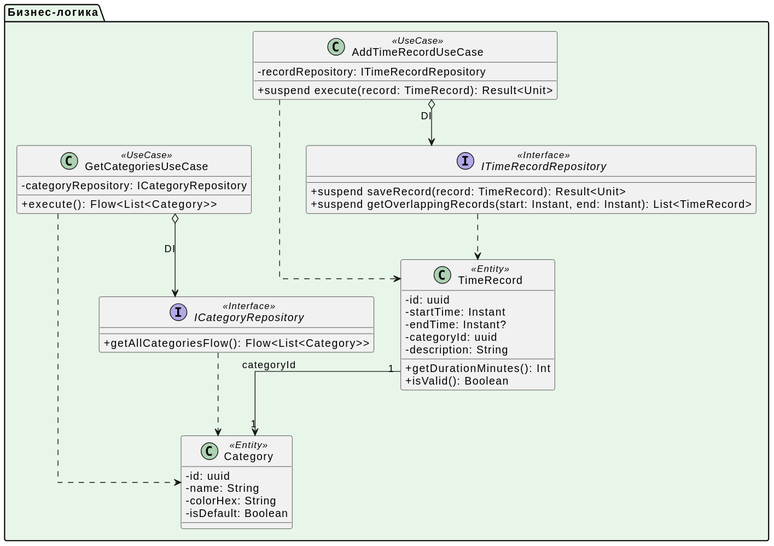
The PlantUML diagram docs/L4_1.svg in da-fuu/IU7_7sem_Web, before a commit. Its diagram source:
```plantuml
@startuml
skinparam classAttributeIconSize 0
skinparam linetype ortho

package "Бизнес-логика" #E8F5E9 {

    class TimeRecord <<Entity>> {
        - id: uuid
        - startTime: Instant
        - endTime: Instant?
        - categoryId: uuid
        - description: String
        + getDurationMinutes(): Int
        + isValid(): Boolean
    }

    class Category <<Entity>> {
        - id: uuid
        - name: String
        - colorHex: String
        - isDefault: Boolean
    }

    interface ITimeRecordRepository <<Interface>> {
        + suspend saveRecord(record: TimeRecord): Result<Unit>
        + suspend getOverlappingRecords(start: Instant, end: Instant): List<TimeRecord>
    }

    interface ICategoryRepository <<Interface>> {
        + getAllCategoriesFlow(): Flow<List<Category>>
    }

    class AddTimeRecordUseCase <<UseCase>> {
        - recordRepository: ITimeRecordRepository
        + suspend execute(record: TimeRecord): Result<Unit>
    }

    class GetCategoriesUseCase <<UseCase>> {
        - categoryRepository: ICategoryRepository
        + execute(): Flow<List<Category>>
    }

    TimeRecord "1" --> "1" Category : "categoryId"
    AddTimeRecordUseCase o--> ITimeRecordRepository : "DI"
    GetCategoriesUseCase o--> ICategoryRepository : "DI"

    AddTimeRecordUseCase ..> TimeRecord
    GetCategoriesUseCase ..> Category
    ITimeRecordRepository ..> TimeRecord
    ICategoryRepository ..> Category
}
@enduml
```
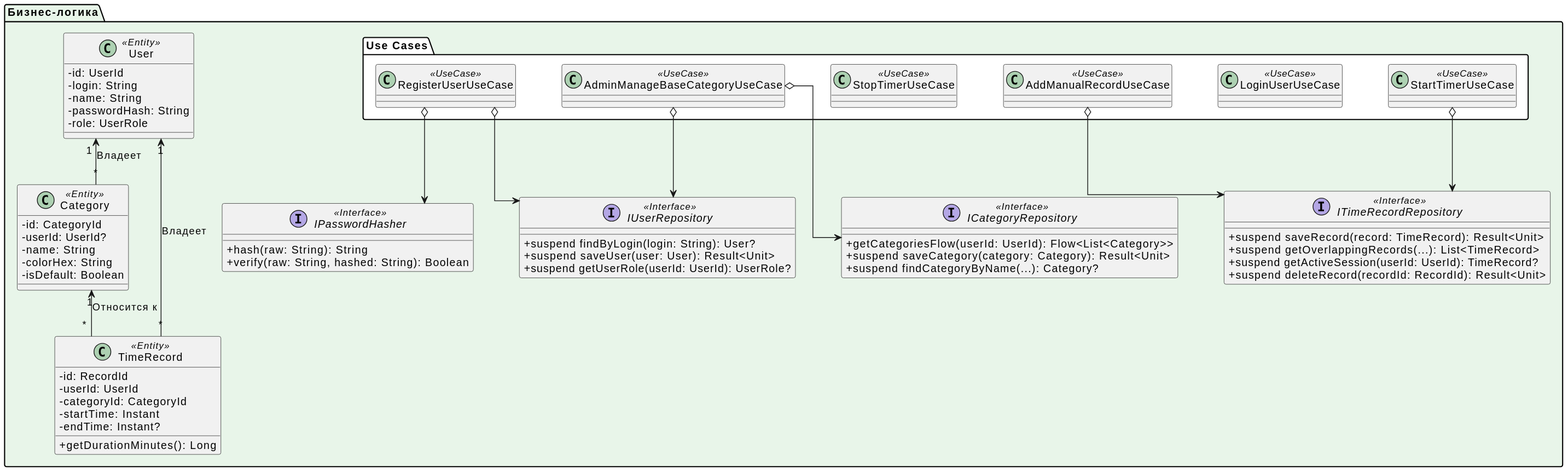
Above is the later version.

The edit, as a diff of the source:
```diff
@@ -1,52 +1,80 @@
 @startuml
 skinparam classAttributeIconSize 0
 skinparam linetype ortho
+skinparam nodesep 60
+skinparam ranksep 60
 
 package "Бизнес-логика" #E8F5E9 {
 
-    class TimeRecord <<Entity>> {
-        - id: uuid
-        - startTime: Instant
-        - endTime: Instant?
-        - categoryId: uuid
-        - description: String
-        + getDurationMinutes(): Int
-        + isValid(): Boolean
+    class User <<Entity>> {
+        - id: UserId
+        - login: String
+        - name: String
+        - passwordHash: String
+        - role: UserRole
     }
 
     class Category <<Entity>> {
-        - id: uuid
+        - id: CategoryId
+        - userId: UserId?
         - name: String
         - colorHex: String
         - isDefault: Boolean
     }
 
+    class TimeRecord <<Entity>> {
+        - id: RecordId
+        - userId: UserId
+        - categoryId: CategoryId
+        - startTime: Instant
+        - endTime: Instant?
+        + getDurationMinutes(): Long
+    }
+
+    interface IUserRepository <<Interface>> {
+        + suspend findByLogin(login: String): User?
+        + suspend saveUser(user: User): Result<Unit>
+        + suspend getUserRole(userId: UserId): UserRole?
+    }
+
     interface ITimeRecordRepository <<Interface>> {
         + suspend saveRecord(record: TimeRecord): Result<Unit>
-        + suspend getOverlappingRecords(start: Instant, end: Instant): List<TimeRecord>
+        + suspend getOverlappingRecords(...): List<TimeRecord>
+        + suspend getActiveSession(userId: UserId): TimeRecord?
+        + suspend deleteRecord(recordId: RecordId): Result<Unit>
     }
 
     interface ICategoryRepository <<Interface>> {
-        + getAllCategoriesFlow(): Flow<List<Category>>
+        + getCategoriesFlow(userId: UserId): Flow<List<Category>>
+        + suspend saveCategory(category: Category): Result<Unit>
+        + suspend findCategoryByName(...): Category?
     }
 
-    class AddTimeRecordUseCase <<UseCase>> {
-        - recordRepository: ITimeRecordRepository
-        + suspend execute(record: TimeRecord): Result<Unit>
+    interface IPasswordHasher <<Interface>> {
+        + hash(raw: String): String
+        + verify(raw: String, hashed: String): Boolean
     }
 
-    class GetCategoriesUseCase <<UseCase>> {
-        - categoryRepository: ICategoryRepository
-        + execute(): Flow<List<Category>>
+    package "Use Cases" #FFFFFF {
+        class RegisterUserUseCase <<UseCase>>
+        class LoginUserUseCase <<UseCase>>
+        class StartTimerUseCase <<UseCase>>
+        class StopTimerUseCase <<UseCase>>
+        class AddManualRecordUseCase <<UseCase>>
+        class AdminManageBaseCategoryUseCase <<UseCase>>
     }
 
-    TimeRecord "1" --> "1" Category : "categoryId"
-    AddTimeRecordUseCase o--> ITimeRecordRepository : "DI"
-    GetCategoriesUseCase o--> ICategoryRepository : "DI"
+    User "1" <-- "*" Category : "Владеет"
+    User "1" <-- "*" TimeRecord : "Владеет"
+    Category "1" <-- "*" TimeRecord : "Относится к"
 
-    AddTimeRecordUseCase ..> TimeRecord
-    GetCategoriesUseCase ..> Category
-    ITimeRecordRepository ..> TimeRecord
-    ICategoryRepository ..> Category
+    RegisterUserUseCase o--> IUserRepository
+    RegisterUserUseCase o--> IPasswordHasher
+
+    StartTimerUseCase o--> ITimeRecordRepository
+    AddManualRecordUseCase o--> ITimeRecordRepository
+
+    AdminManageBaseCategoryUseCase o--> ICategoryRepository
+    AdminManageBaseCategoryUseCase o--> IUserRepository
 }
 @enduml
```
